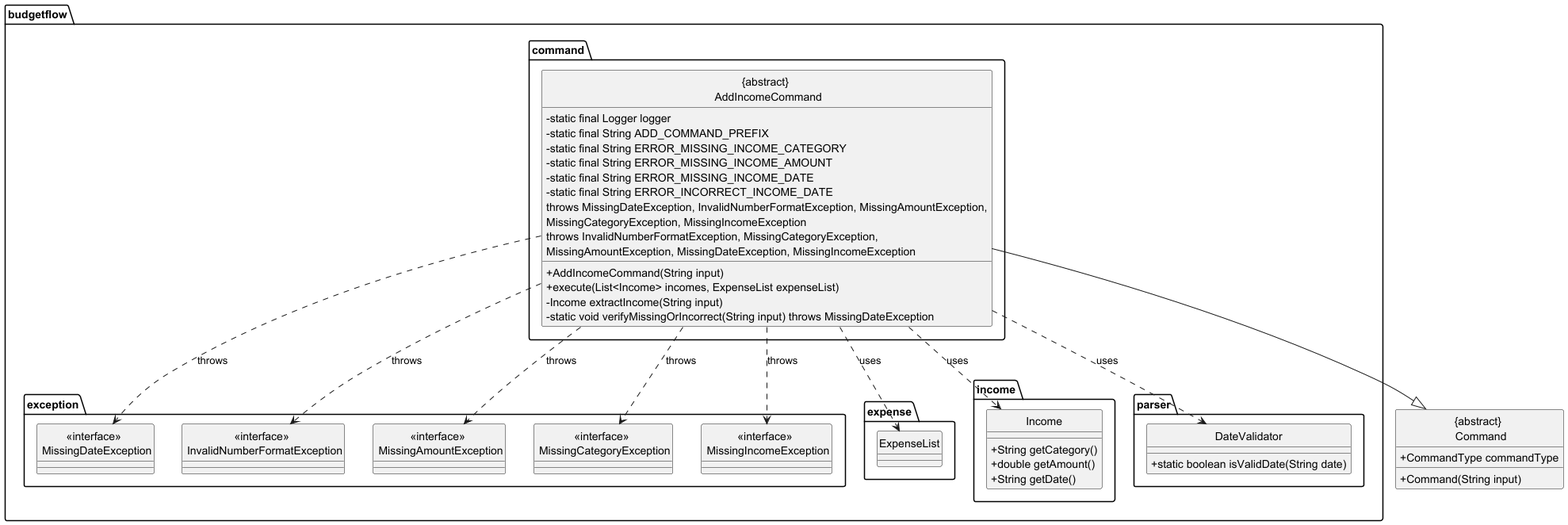
thienkimtranhoang/tp keeps this PlantUML diagram as docs/diagrams/add_income_command_class.png. Above is the earlier version.
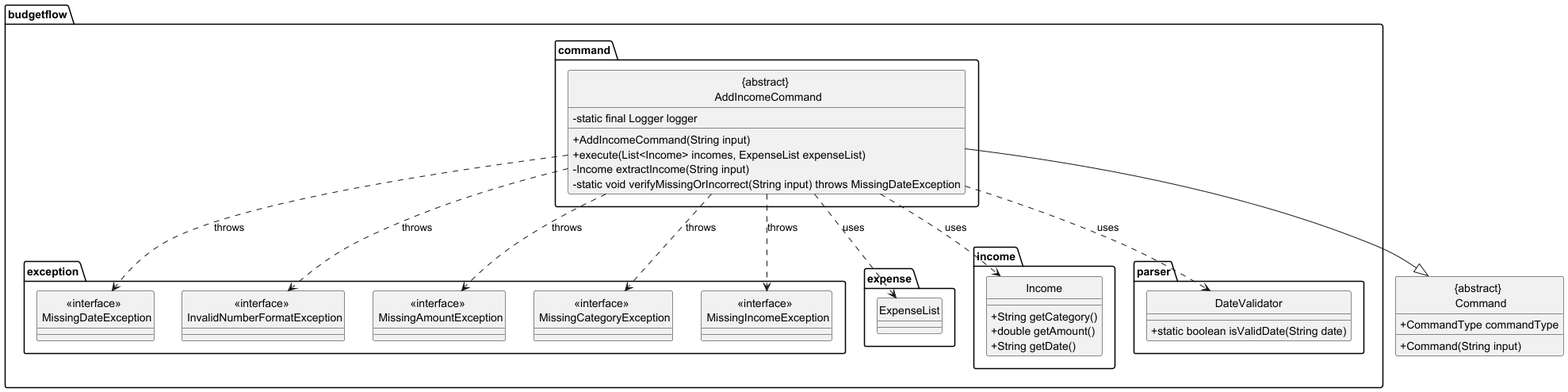
After the commit.

Commit message:
add income class uml + update more dg

Diff of the diagram source:
```diff
@@ -7,18 +7,9 @@
 
     class "{abstract} \n AddIncomeCommand" {
         - static final Logger logger
-        - static final String ADD_COMMAND_PREFIX
-        - static final String ERROR_MISSING_INCOME_CATEGORY
-        - static final String ERROR_MISSING_INCOME_AMOUNT
-        - static final String ERROR_MISSING_INCOME_DATE
-        - static final String ERROR_INCORRECT_INCOME_DATE
         + AddIncomeCommand(String input)
         + execute(List<Income> incomes, ExpenseList expenseList)
-          throws MissingDateException, InvalidNumberFormatException, MissingAmountException,
-                 MissingCategoryException, MissingIncomeException
         - Income extractIncome(String input)
-          throws InvalidNumberFormatException, MissingCategoryException,
-                 MissingAmountException, MissingDateException, MissingIncomeException
         - static void verifyMissingOrIncorrect(String input) throws MissingDateException
     }
 }
```
